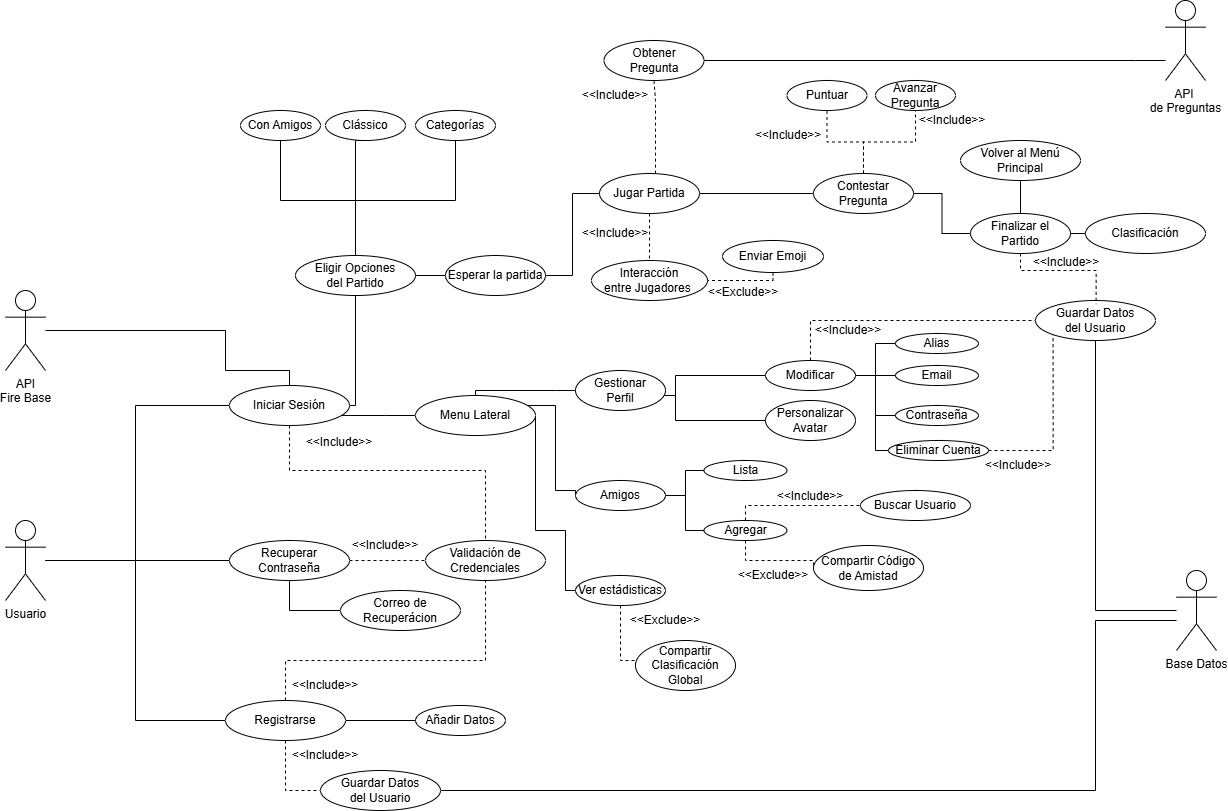
Before: TriviAPP.png, a diagram exported from draw.io (g-biroli/Repositorio-Drawio). Source tidied: cells renumbered, new cells last; positions are measured from the earlier drawing's top-left corner, leaving out a move shared by most shapes.
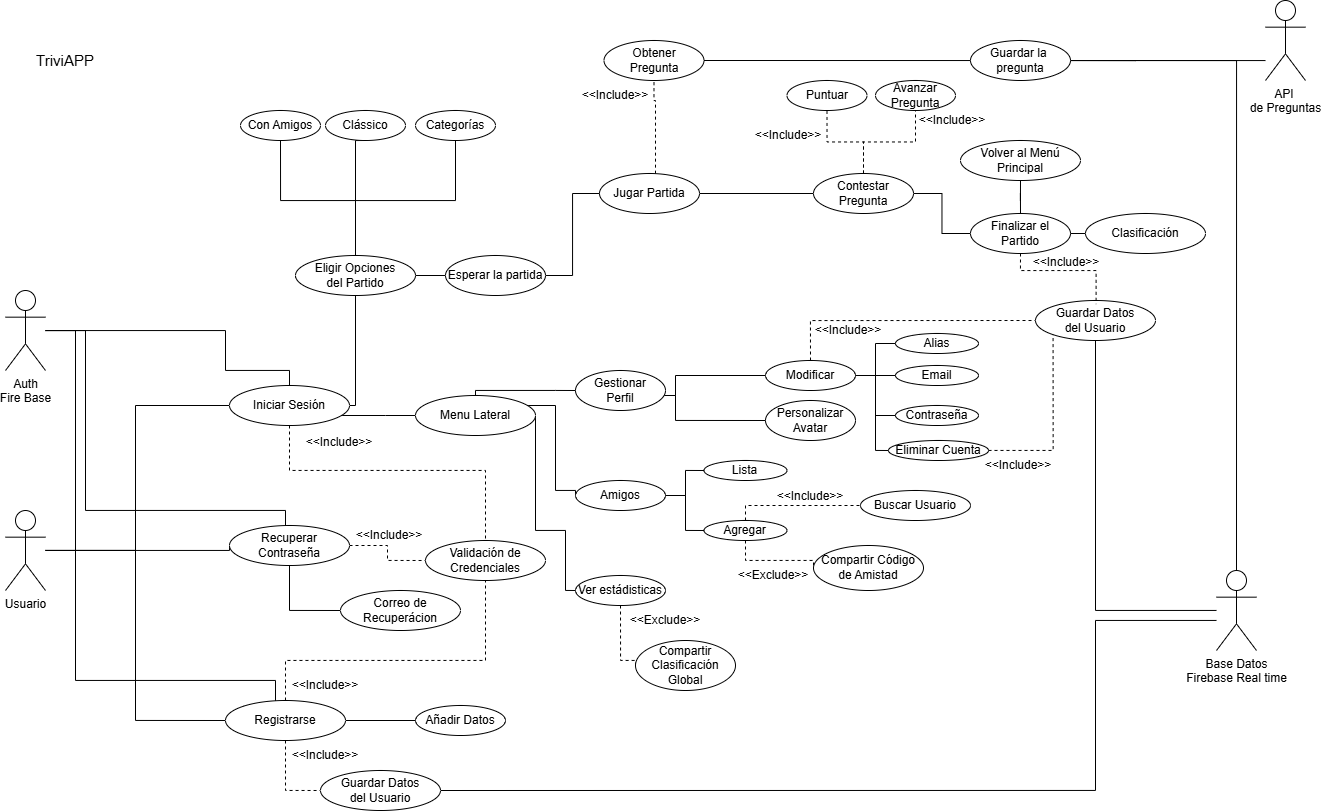
After the commit.

Diff of the diagram source:
```diff
@@ -2,27 +2,26 @@
   <root>
     <mxCell id="0" />
     <mxCell id="1" parent="0" />
-    <mxCell id="2" style="edgeStyle=orthogonalEdgeStyle;shape=connector;rounded=0;jettySize=auto;html=1;entryX=0;entryY=0.5;entryDx=0;entryDy=0;strokeColor=default;align=center;verticalAlign=middle;fontFamily=Helvetica;fontSize=11;fontColor=default;labelBackgroundColor=default;startFill=0;endArrow=none;" parent="1" edge="1" source="5" target="14">
-      <mxGeometry relative="1" as="geometry">
-        <Array as="points">
-          <mxPoint x="130" y="560" />
-          <mxPoint x="130" y="405" />
-        </Array>
-      </mxGeometry>
-    </mxCell>
     <mxCell id="3" style="edgeStyle=orthogonalEdgeStyle;shape=connector;rounded=0;jettySize=auto;html=1;entryX=0;entryY=0.5;entryDx=0;entryDy=0;strokeColor=default;align=center;verticalAlign=middle;fontFamily=Helvetica;fontSize=11;fontColor=default;labelBackgroundColor=default;startFill=0;endArrow=none;" parent="1" edge="1" source="5" target="25">
-      <mxGeometry relative="1" as="geometry" />
+      <mxGeometry relative="1" as="geometry">
+        <Array as="points">
+          <mxPoint x="224" y="550" />
+        </Array>
+      </mxGeometry>
     </mxCell>
     <mxCell id="4" style="edgeStyle=orthogonalEdgeStyle;shape=connector;rounded=0;jettySize=auto;html=1;entryX=0;entryY=0.5;entryDx=0;entryDy=0;strokeColor=default;align=center;verticalAlign=middle;fontFamily=Helvetica;fontSize=11;fontColor=default;labelBackgroundColor=default;startFill=0;endArrow=none;" parent="1" edge="1" source="5" target="20">
-      <mxGeometry relative="1" as="geometry">
-        <Array as="points">
-          <mxPoint x="130" y="560" />
-          <mxPoint x="130" y="720" />
-        </Array>
-      </mxGeometry>
+      <mxGeometry relative="1" as="geometry" />
     </mxCell>
+    <mxCell id="2" style="edgeStyle=orthogonalEdgeStyle;shape=connector;rounded=0;jettySize=auto;html=1;entryX=0;entryY=0.5;entryDx=0;entryDy=0;strokeColor=default;align=center;verticalAlign=middle;fontFamily=Helvetica;fontSize=11;fontColor=default;labelBackgroundColor=default;startFill=0;endArrow=none;" parent="1" edge="1" source="5" target="14">
+      <mxGeometry relative="1" as="geometry">
+        <Array as="points">
+          <mxPoint x="130" y="550" />
+          <mxPoint x="130" y="405" />
+        </Array>
+      </mxGeometry>
+    </mxCell>
     <mxCell id="5" value="Usuario" style="shape=umlActor;verticalLabelPosition=bottom;verticalAlign=top;html=1;outlineConnect=0;" parent="1" vertex="1">
-      <mxGeometry y="520" width="40" height="80" as="geometry" />
+      <mxGeometry y="510" width="40" height="80" as="geometry" />
     </mxCell>
     <mxCell id="6" style="edgeStyle=orthogonalEdgeStyle;shape=connector;rounded=0;jettySize=auto;html=1;entryX=1;entryY=0.5;entryDx=0;entryDy=0;strokeColor=default;align=center;verticalAlign=middle;fontFamily=Helvetica;fontSize=11;fontColor=default;labelBackgroundColor=default;startFill=0;endArrow=none;" parent="1" edge="1" source="8" target="21">
       <mxGeometry relative="1" as="geometry">
@@ -39,8 +38,11 @@
         </Array>
       </mxGeometry>
     </mxCell>
+    <mxCell id="105" style="edgeStyle=orthogonalEdgeStyle;rounded=0;jettySize=auto;html=1;exitX=0.5;exitY=0;exitDx=0;exitDy=0;exitPerimeter=0;entryX=1;entryY=0.5;entryDx=0;entryDy=0;strokeColor=default;endArrow=none;startFill=0;" parent="1" edge="1" source="8" target="109">
+      <mxGeometry relative="1" as="geometry" />
+    </mxCell>
-    <mxCell id="8" value="&lt;div&gt;Base Datos&lt;/div&gt;" style="shape=umlActor;verticalLabelPosition=bottom;verticalAlign=top;html=1;outlineConnect=0;" parent="1" vertex="1">
-      <mxGeometry x="1171" y="570" width="40" height="80" as="geometry" />
+    <mxCell id="8" value="&lt;div&gt;Base Datos&lt;/div&gt;&lt;div&gt;Firebase Real time&lt;/div&gt;" style="shape=umlActor;verticalLabelPosition=bottom;verticalAlign=top;html=1;outlineConnect=0;" parent="1" vertex="1">
+      <mxGeometry x="1211" y="570" width="40" height="80" as="geometry" />
     </mxCell>
     <mxCell id="9" style="edgeStyle=orthogonalEdgeStyle;rounded=0;jettySize=auto;html=1;entryX=0.5;entryY=0;entryDx=0;entryDy=0;endArrow=none;startFill=0;" parent="1" edge="1" source="10" target="14">
       <mxGeometry relative="1" as="geometry">
@@ -51,7 +53,27 @@
         </Array>
       </mxGeometry>
     </mxCell>
+    <mxCell id="106" style="edgeStyle=orthogonalEdgeStyle;shape=connector;rounded=0;jettySize=auto;html=1;entryX=0;entryY=0.5;entryDx=0;entryDy=0;strokeColor=default;align=center;verticalAlign=middle;fontFamily=Helvetica;fontSize=11;fontColor=default;labelBackgroundColor=default;startFill=0;endArrow=none;" parent="1" edge="1" source="10" target="25">
+      <mxGeometry relative="1" as="geometry">
+        <Array as="points">
+          <mxPoint x="80" y="330" />
+          <mxPoint x="80" y="510" />
+          <mxPoint x="280" y="510" />
+          <mxPoint x="280" y="545" />
+        </Array>
+      </mxGeometry>
+    </mxCell>
+    <mxCell id="107" style="edgeStyle=orthogonalEdgeStyle;shape=connector;rounded=0;jettySize=auto;html=1;entryX=0;entryY=0;entryDx=0;entryDy=0;strokeColor=default;align=center;verticalAlign=middle;fontFamily=Helvetica;fontSize=11;fontColor=default;labelBackgroundColor=default;startFill=0;endArrow=none;" parent="1" edge="1" source="10" target="20">
+      <mxGeometry relative="1" as="geometry">
+        <Array as="points">
+          <mxPoint x="70" y="330" />
+          <mxPoint x="70" y="680" />
+          <mxPoint x="270" y="680" />
+          <mxPoint x="270" y="706" />
+        </Array>
+      </mxGeometry>
+    </mxCell>
-    <mxCell id="10" value="&lt;div&gt;API&lt;/div&gt;&lt;div&gt;Fire Base&lt;/div&gt;" style="shape=umlActor;verticalLabelPosition=bottom;verticalAlign=top;html=1;outlineConnect=0;" parent="1" vertex="1">
+    <mxCell id="10" value="&lt;div&gt;Auth&lt;/div&gt;&lt;div&gt;Fire Base&lt;/div&gt;" style="shape=umlActor;verticalLabelPosition=bottom;verticalAlign=top;html=1;outlineConnect=0;" parent="1" vertex="1">
       <mxGeometry y="290" width="40" height="80" as="geometry" />
     </mxCell>
     <mxCell id="11" style="edgeStyle=orthogonalEdgeStyle;shape=connector;rounded=0;jettySize=auto;html=1;entryX=0.5;entryY=0;entryDx=0;entryDy=0;strokeColor=default;align=center;verticalAlign=middle;fontFamily=Helvetica;fontSize=11;fontColor=default;labelBackgroundColor=default;startFill=0;endArrow=none;dashed=1;" parent="1" edge="1" source="14" target="15">
@@ -117,7 +139,7 @@
       <mxGeometry relative="1" as="geometry" />
     </mxCell>
     <mxCell id="25" value="Recuperar&lt;div&gt;Contraseña&lt;/div&gt;" style="ellipse;whiteSpace=wrap;html=1;" parent="1" vertex="1">
-      <mxGeometry x="224" y="540" width="120" height="40" as="geometry" />
+      <mxGeometry x="224" y="525" width="120" height="40" as="geometry" />
     </mxCell>
     <mxCell id="26" style="edgeStyle=orthogonalEdgeStyle;shape=connector;rounded=0;jettySize=auto;html=1;entryX=0.5;entryY=1;entryDx=0;entryDy=0;strokeColor=default;align=center;verticalAlign=middle;fontFamily=Helvetica;fontSize=11;fontColor=default;labelBackgroundColor=default;startFill=0;endArrow=none;" parent="1" edge="1" source="29" target="49">
       <mxGeometry relative="1" as="geometry">
@@ -216,9 +238,6 @@
     <mxCell id="41" style="edgeStyle=orthogonalEdgeStyle;shape=connector;rounded=0;jettySize=auto;html=1;entryX=0;entryY=0.5;entryDx=0;entryDy=0;strokeColor=default;align=center;verticalAlign=middle;fontFamily=Helvetica;fontSize=11;fontColor=default;labelBackgroundColor=default;startFill=0;endArrow=none;" parent="1" edge="1" source="43" target="47">
       <mxGeometry relative="1" as="geometry" />
     </mxCell>
-    <mxCell id="42" style="edgeStyle=orthogonalEdgeStyle;shape=connector;rounded=0;jettySize=auto;html=1;entryX=0.5;entryY=0;entryDx=0;entryDy=0;strokeColor=default;align=center;verticalAlign=middle;fontFamily=Helvetica;fontSize=11;fontColor=default;labelBackgroundColor=default;startFill=0;endArrow=none;dashed=1;" parent="1" edge="1" source="43" target="98">
-      <mxGeometry relative="1" as="geometry" />
-    </mxCell>
     <mxCell id="43" value="Jugar Partida" style="ellipse;whiteSpace=wrap;html=1;" parent="1" vertex="1">
       <mxGeometry x="594" y="173" width="100" height="40" as="geometry" />
     </mxCell>
@@ -244,7 +263,7 @@
       <mxGeometry x="290" y="740" width="60" height="30" as="geometry" />
     </mxCell>
     <mxCell id="51" value="&amp;lt;&amp;lt;Include&amp;gt;&amp;gt;" style="text;html=1;align=center;verticalAlign=middle;whiteSpace=wrap;rounded=0;" parent="1" vertex="1">
-      <mxGeometry x="350" y="530" width="60" height="30" as="geometry" />
+      <mxGeometry x="353.5" y="520" width="60" height="30" as="geometry" />
     </mxCell>
     <mxCell id="52" value="Clássico" style="ellipse;whiteSpace=wrap;html=1;" parent="1" vertex="1">
       <mxGeometry x="320" y="110" width="80" height="30" as="geometry" />
@@ -391,16 +410,15 @@
     <mxCell id="92" value="Esperar la partida" style="ellipse;whiteSpace=wrap;html=1;" parent="1" vertex="1">
       <mxGeometry x="440" y="255" width="100" height="40" as="geometry" />
     </mxCell>
-    <mxCell id="93" style="edgeStyle=orthogonalEdgeStyle;rounded=0;jettySize=auto;html=1;entryX=1;entryY=0.5;entryDx=0;entryDy=0;endArrow=none;startFill=0;" parent="1" edge="1" source="94" target="95">
+    <mxCell id="93" style="edgeStyle=orthogonalEdgeStyle;rounded=0;jettySize=auto;html=1;entryX=1;entryY=0.5;entryDx=0;entryDy=0;endArrow=none;startFill=0;" parent="1" edge="1" source="109" target="95">
       <mxGeometry relative="1" as="geometry">
         <Array as="points">
-          <mxPoint x="1130" y="60" />
           <mxPoint x="1130" y="60" />
         </Array>
       </mxGeometry>
     </mxCell>
     <mxCell id="94" value="&lt;div&gt;API&amp;nbsp;&lt;/div&gt;&lt;div&gt;de Preguntas&lt;/div&gt;" style="shape=umlActor;verticalLabelPosition=bottom;verticalAlign=top;html=1;outlineConnect=0;" parent="1" vertex="1">
-      <mxGeometry x="1160" width="40" height="80" as="geometry" />
+      <mxGeometry x="1260" width="40" height="80" as="geometry" />
     </mxCell>
     <mxCell id="95" value="Obtener&lt;div&gt;Pregunta&lt;/div&gt;" style="ellipse;whiteSpace=wrap;html=1;" parent="1" vertex="1">
       <mxGeometry x="598.5" y="40" width="100" height="40" as="geometry" />
@@ -411,30 +429,24 @@
     <mxCell id="97" value="&amp;lt;&amp;lt;Include&amp;gt;&amp;gt;" style="text;html=1;align=center;verticalAlign=middle;whiteSpace=wrap;rounded=0;" parent="1" vertex="1">
       <mxGeometry x="580" y="80" width="60" height="30" as="geometry" />
     </mxCell>
-    <mxCell id="98" value="Interacción&lt;div&gt;entre Jugadores&amp;nbsp;&lt;/div&gt;" style="ellipse;whiteSpace=wrap;html=1;" parent="1" vertex="1">
-      <mxGeometry x="586" y="260" width="116" height="40" as="geometry" />
-    </mxCell>
-    <mxCell id="99" style="edgeStyle=orthogonalEdgeStyle;shape=connector;rounded=0;jettySize=auto;html=1;entryX=1;entryY=0.5;entryDx=0;entryDy=0;strokeColor=default;align=center;verticalAlign=middle;fontFamily=Helvetica;fontSize=11;fontColor=default;labelBackgroundColor=default;startFill=0;endArrow=none;dashed=1;" parent="1" edge="1" source="100" target="98">
-      <mxGeometry relative="1" as="geometry">
-        <Array as="points">
-          <mxPoint x="768" y="280" />
-        </Array>
-      </mxGeometry>
-    </mxCell>
-    <mxCell id="100" value="Enviar Emoji" style="ellipse;whiteSpace=wrap;html=1;" parent="1" vertex="1">
-      <mxGeometry x="717" y="240" width="101" height="32" as="geometry" />
-    </mxCell>
     <mxCell id="101" value="Avanzar&lt;div&gt;Pregunta&lt;/div&gt;" style="ellipse;whiteSpace=wrap;html=1;" parent="1" vertex="1">
       <mxGeometry x="870" y="80" width="80" height="30" as="geometry" />
     </mxCell>
     <mxCell id="102" value="&amp;lt;&amp;lt;Include&amp;gt;&amp;gt;" style="text;html=1;align=center;verticalAlign=middle;whiteSpace=wrap;rounded=0;" parent="1" vertex="1">
       <mxGeometry x="917" y="105" width="60" height="30" as="geometry" />
     </mxCell>
-    <mxCell id="103" value="&amp;lt;&amp;lt;Include&amp;gt;&amp;gt;" style="text;html=1;align=center;verticalAlign=middle;whiteSpace=wrap;rounded=0;" parent="1" vertex="1">
-      <mxGeometry x="580" y="218" width="60" height="30" as="geometry" />
-    </mxCell>
-    <mxCell id="104" value="&amp;lt;&amp;lt;Exclude&amp;gt;&amp;gt;" style="text;html=1;align=center;verticalAlign=middle;whiteSpace=wrap;rounded=0;" parent="1" vertex="1">
-      <mxGeometry x="708" y="277" width="60" height="30" as="geometry" />
-    </mxCell>
+    <mxCell id="108" style="edgeStyle=orthogonalEdgeStyle;rounded=0;jettySize=auto;html=1;entryX=1;entryY=0.5;entryDx=0;entryDy=0;endArrow=none;startFill=0;" parent="1" edge="1" source="94" target="109">
+      <mxGeometry relative="1" as="geometry">
+        <Array as="points">
+          <mxPoint x="1130" y="60" />
+        </Array>
+      </mxGeometry>
+    </mxCell>
+    <mxCell id="109" value="Guardar la&amp;nbsp;&lt;div&gt;pregunta&lt;/div&gt;" style="ellipse;whiteSpace=wrap;html=1;" parent="1" vertex="1">
+      <mxGeometry x="965" y="40" width="100" height="40" as="geometry" />
+    </mxCell>
+    <mxCell id="110" value="&lt;font style=&quot;font-size: 15px;&quot;&gt;TriviAPP&lt;/font&gt;" style="text;html=1;align=center;verticalAlign=middle;whiteSpace=wrap;rounded=0;fontFamily=Helvetica;fontSize=11;fontColor=default;labelBackgroundColor=default;" parent="1" vertex="1">
+      <mxGeometry x="20" y="35" width="80" height="50" as="geometry" />
+    </mxCell>
   </root>
 </mxGraphModel>
```
